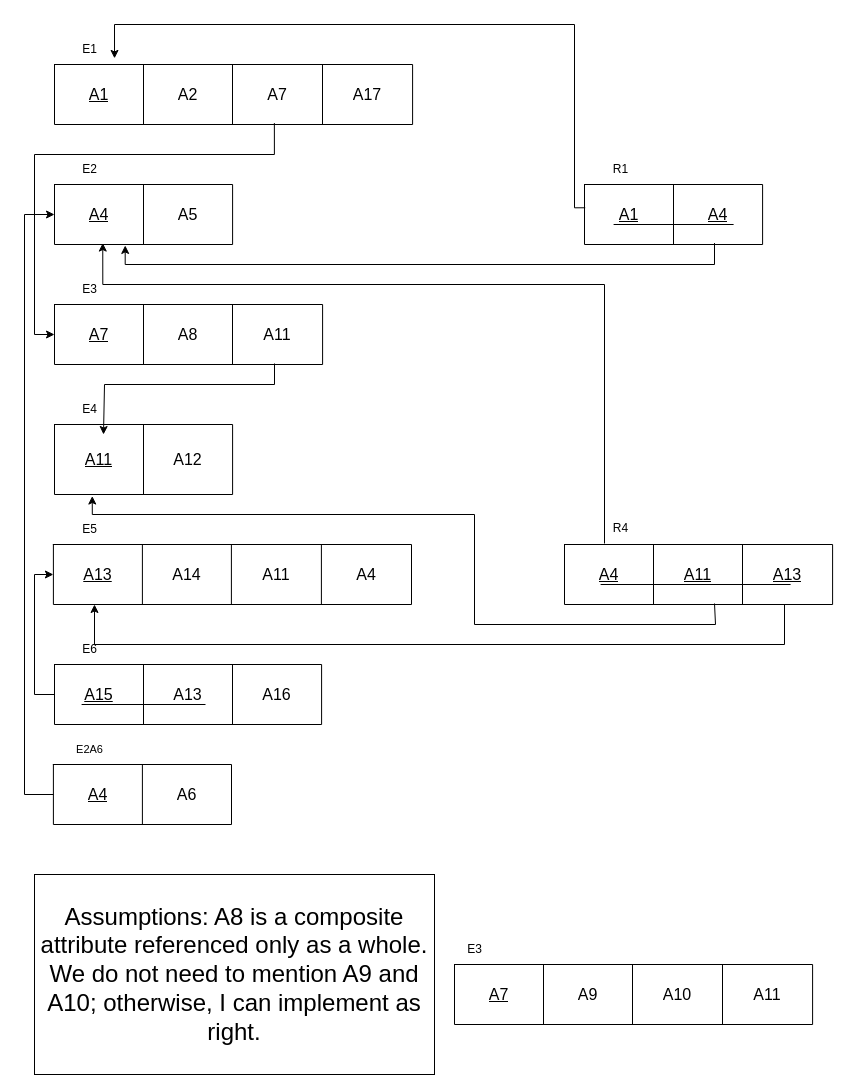
Above: ERD/assignment1q2.drawio in Yixuan519Lu/COMP9311 (draw.io), before the change. Source tidied: cells renumbered, new cells numbered last; positions are measured from the earlier drawing's top-left corner, leaving out a move shared by most shapes. Both pictures are drawn from the tidied source at 100%, with x=0, y=0 at pixel (24, 24).
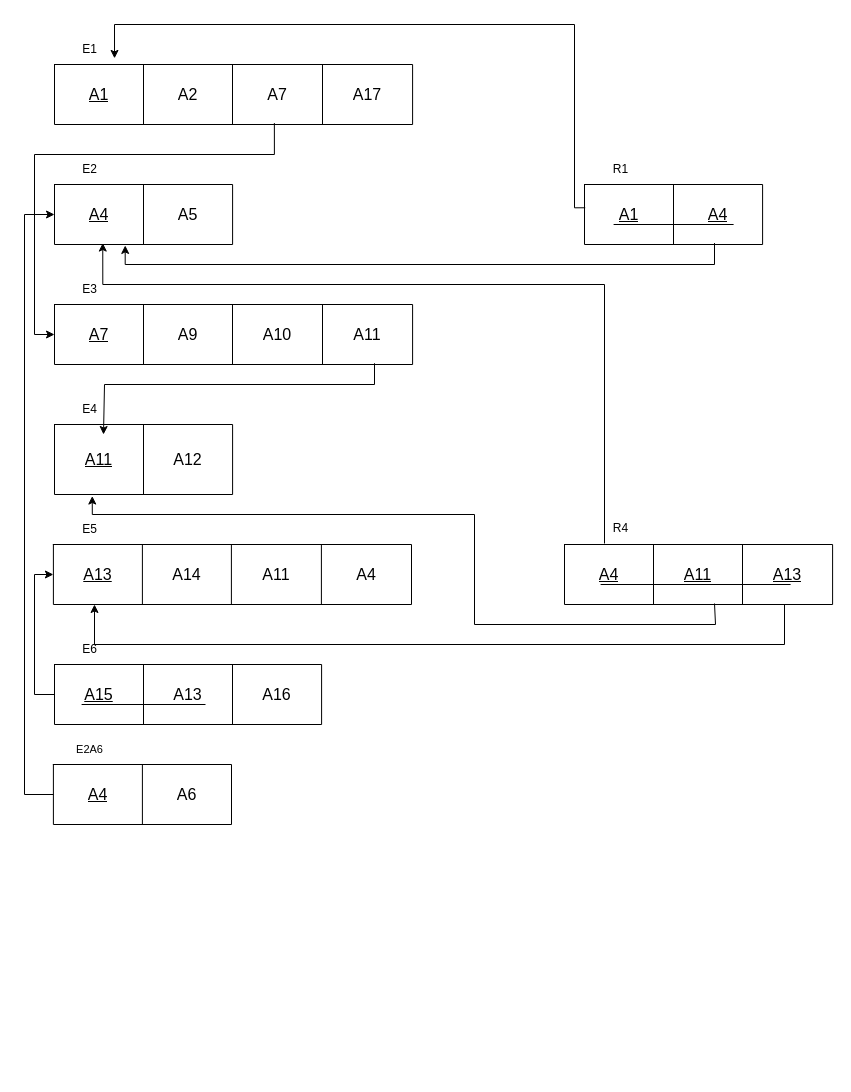
The same page after the edit.

Diff of the diagram source:
```diff
@@
     <mxCell id="14" style="shape=table;startSize=0;childLayout=tableLayout;fontSize=16;" parent="1" vertex="1">
-      <mxGeometry x="30" y="280" width="268.1" height="60" as="geometry" />
+      <mxGeometry x="30" y="280" width="358.1" height="60" as="geometry" />
     </mxCell>
     <mxCell id="15" style="shape=tableRow;horizontal=0;startSize=0;swimlaneHead=0;swimlaneBody=0;strokeColor=inherit;top=0;left=0;bottom=0;right=0;fillColor=none;points=[[0,0.5],[1,0.5]];portConstraint=eastwest;fontSize=16;" parent="14" vertex="1">
-      <mxGeometry width="268.1" height="60" as="geometry" />
+      <mxGeometry width="358.1" height="60" as="geometry" />
     </mxCell>
@@
-    <mxCell id="17" value="A8" style="shape=partialRectangle;html=1;whiteSpace=wrap;strokeColor=inherit;overflow=hidden;fillColor=none;top=0;left=0;bottom=0;right=0;fontSize=16;" parent="15" vertex="1">
+    <mxCell id="17" value="A9" style="shape=partialRectangle;html=1;whiteSpace=wrap;strokeColor=inherit;overflow=hidden;fillColor=none;top=0;left=0;bottom=0;right=0;fontSize=16;" parent="15" vertex="1">
       <mxGeometry x="89" width="89" height="60" as="geometry" />
     </mxCell>
-    <mxCell id="18" value="A11" style="shape=partialRectangle;html=1;whiteSpace=wrap;strokeColor=inherit;overflow=hidden;fillColor=none;top=0;left=0;bottom=0;right=0;fontSize=16;" parent="15" vertex="1">
+    <mxCell id="18" style="shape=partialRectangle;html=1;whiteSpace=wrap;strokeColor=inherit;overflow=hidden;fillColor=none;top=0;left=0;bottom=0;right=0;fontSize=16;" parent="15" vertex="1">
       <mxGeometry x="178" width="90" height="60" as="geometry" />
     </mxCell>
+    <mxCell id="72" value="A11" style="shape=partialRectangle;html=1;whiteSpace=wrap;strokeColor=inherit;overflow=hidden;fillColor=none;top=0;left=0;bottom=0;right=0;fontSize=16;" parent="15" vertex="1">
+      <mxGeometry x="268" width="90" height="60" as="geometry" />
+    </mxCell>
@@
-    <mxCell id="40" value="&lt;font style=&quot;font-size: 24px;&quot;&gt;Assumptions: A8 is a composite attribute referenced only as a whole. We do not need to mention A9 and A10; otherwise, I can implement as right.&lt;/font&gt;" style="whiteSpace=wrap;html=1;" parent="1" vertex="1">
-      <mxGeometry x="10" y="850" width="400" height="200" as="geometry" />
-    </mxCell>
     <mxCell id="41" style="endArrow=classic;html=1;rounded=0;edgeStyle=orthogonalEdgeStyle;" parent="1" edge="1">
       <mxGeometry relative="1" as="geometry">
-        <mxPoint x="250" y="339" as="sourcePoint" />
+        <mxPoint x="350" y="340" as="sourcePoint" />
         <mxPoint x="79" y="410" as="targetPoint" />
         <Array as="points">
-          <mxPoint x="250" y="360" />
+          <mxPoint x="350" y="339" />
+          <mxPoint x="350" y="360" />
           <mxPoint x="80" y="360" />
           <mxPoint x="80" y="410" />
         </Array>
       </mxGeometry>
     </mxCell>
@@
-    <mxCell id="67" style="shape=table;startSize=0;childLayout=tableLayout;fontSize=16;" parent="1" vertex="1">
-      <mxGeometry x="430" y="940" width="358.1" height="60" as="geometry" />
-    </mxCell>
-    <mxCell id="68" style="shape=tableRow;horizontal=0;startSize=0;swimlaneHead=0;swimlaneBody=0;strokeColor=inherit;top=0;left=0;bottom=0;right=0;fillColor=none;fontSize=16;" parent="67" vertex="1">
-      <mxGeometry width="358.1" height="60" as="geometry" />
-    </mxCell>
-    <mxCell id="69" value="&lt;u&gt;A7&lt;/u&gt;" style="shape=partialRectangle;html=1;whiteSpace=wrap;strokeColor=inherit;overflow=hidden;fillColor=none;top=0;left=0;bottom=0;right=0;fontSize=16;" parent="68" vertex="1">
-      <mxGeometry width="89" height="60" as="geometry" />
-    </mxCell>
-    <mxCell id="70" value="A9" style="shape=partialRectangle;html=1;whiteSpace=wrap;strokeColor=inherit;overflow=hidden;fillColor=none;top=0;left=0;bottom=0;right=0;fontSize=16;" parent="68" vertex="1">
-      <mxGeometry x="89" width="89" height="60" as="geometry" />
-    </mxCell>
-    <mxCell id="71" value="A10" style="shape=partialRectangle;html=1;whiteSpace=wrap;strokeColor=inherit;overflow=hidden;fillColor=none;top=0;left=0;bottom=0;right=0;fontSize=16;" parent="68" vertex="1">
-      <mxGeometry x="178" width="90" height="60" as="geometry" />
+    <mxCell id="71" value="A10" style="shape=partialRectangle;html=1;whiteSpace=wrap;strokeColor=inherit;overflow=hidden;fillColor=none;top=0;left=0;bottom=0;right=0;fontSize=16;" parent="1" vertex="1">
+      <mxGeometry x="208" y="280" width="90" height="60" as="geometry" />
     </mxCell>
-    <mxCell id="72" value="A11" style="shape=partialRectangle;html=1;whiteSpace=wrap;strokeColor=inherit;overflow=hidden;fillColor=none;top=0;left=0;bottom=0;right=0;fontSize=16;" parent="68" vertex="1">
-      <mxGeometry x="268" width="90" height="60" as="geometry" />
-    </mxCell>
-    <mxCell id="73" value="E3" style="text;html=1;align=center;verticalAlign=middle;strokeColor=none;fillColor=none;" parent="1" vertex="1">
-      <mxGeometry x="430" y="910" width="40" height="30" as="geometry" />
-    </mxCell>
```
